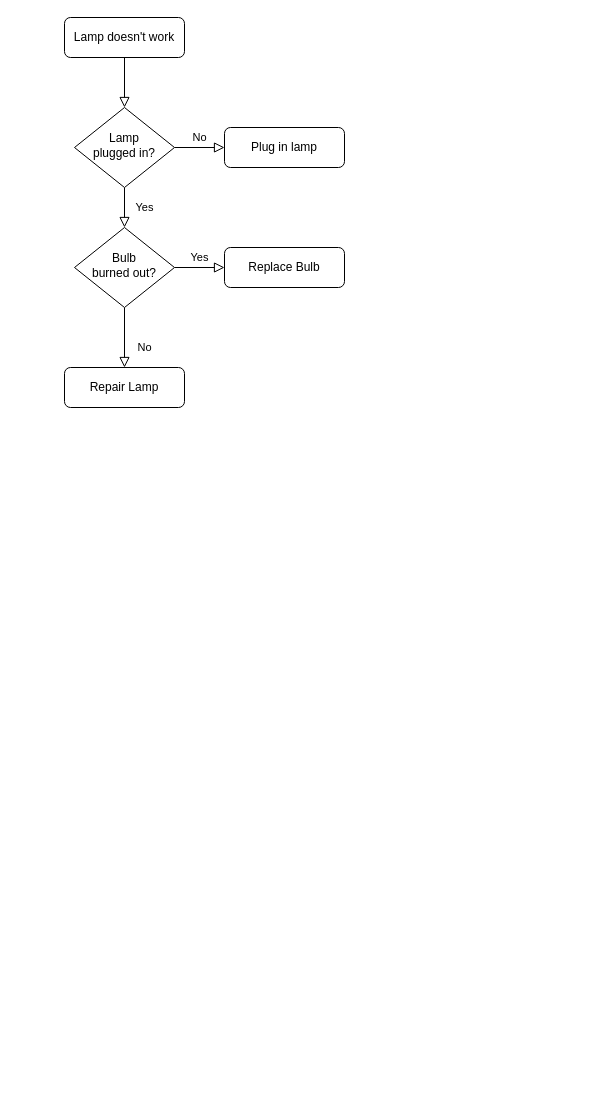
This is Untitled Diagram.drawio from AgusSetiawan22/algo_A_23241016, a draw.io file, before an edit. Source tidied: cells renumbered, new cells numbered last; positions are measured from the earlier drawing's top-left corner, leaving out a move shared by most shapes. Both pictures are drawn from the tidied source at 100%, with x=0, y=0 at pixel (64, 17).
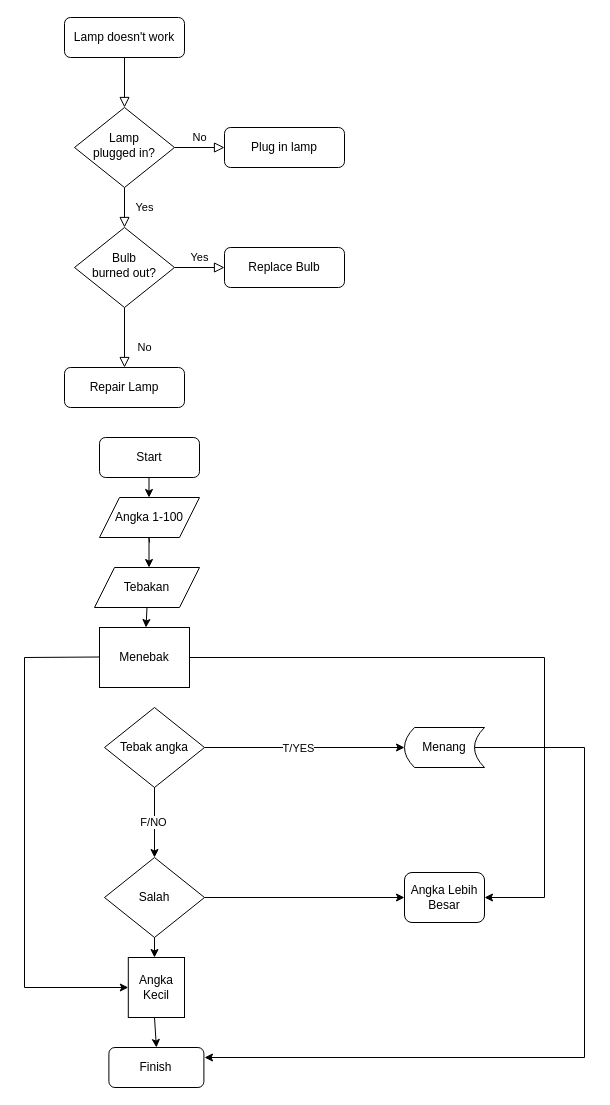
After the change.

Diff of the diagram source:
```diff
@@
+    <mxCell id="13" style="endArrow=classic;html=1;rounded=0;exitX=0.5;exitY=1;exitDx=0;exitDy=0;" parent="1" edge="1">
+      <mxGeometry relative="1" as="geometry">
+        <mxPoint x="84.5" y="460" as="sourcePoint" />
+        <mxPoint x="85" y="480" as="targetPoint" />
+        <Array as="points">
+          <mxPoint x="84.5" y="480" />
+        </Array>
+      </mxGeometry>
+    </mxCell>
+    <mxCell id="14" value="Angka 1-100" style="shape=parallelogram;perimeter=parallelogramPerimeter;whiteSpace=wrap;html=1;fixedSize=1;" parent="1" vertex="1">
+      <mxGeometry x="35" y="480" width="100" height="40" as="geometry" />
+    </mxCell>
+    <mxCell id="15" style="endArrow=classic;html=1;rounded=0;" parent="1" edge="1">
+      <mxGeometry relative="1" as="geometry">
+        <mxPoint x="85" y="525" as="sourcePoint" />
+        <mxPoint x="84.5" y="550" as="targetPoint" />
+        <Array as="points">
+          <mxPoint x="84.5" y="520" />
+        </Array>
+      </mxGeometry>
+    </mxCell>
+    <mxCell id="16" style="endArrow=classic;html=1;rounded=0;exitX=0.5;exitY=1;exitDx=0;exitDy=0;" parent="1" edge="1">
+      <mxGeometry relative="1" as="geometry">
+        <mxPoint x="90" y="760" as="sourcePoint" />
+        <mxPoint x="90" y="840" as="targetPoint" />
+      </mxGeometry>
+    </mxCell>
+    <mxCell id="17" value="F/NO" style="edgeLabel;html=1;align=center;verticalAlign=middle;" parent="16" vertex="1">
+      <mxGeometry x="0.09" y="-2" relative="1" as="geometry" />
+    </mxCell>
+    <mxCell id="18" value="Start" style="rounded=1;whiteSpace=wrap;html=1;" parent="1" vertex="1">
+      <mxGeometry x="35" y="420" width="100" height="40" as="geometry" />
+    </mxCell>
+    <mxCell id="19" value="Tebakan" style="shape=parallelogram;perimeter=parallelogramPerimeter;whiteSpace=wrap;html=1;fixedSize=1;" parent="1" vertex="1">
+      <mxGeometry x="30" y="550" width="105" height="40" as="geometry" />
+    </mxCell>
+    <mxCell id="20" value="Tebak angka" style="rhombus;whiteSpace=wrap;html=1;" parent="1" vertex="1">
+      <mxGeometry x="40" y="690" width="100" height="80" as="geometry" />
+    </mxCell>
+    <mxCell id="21" value="Menang" style="shape=dataStorage;whiteSpace=wrap;html=1;fixedSize=1;size=10;" parent="1" vertex="1">
+      <mxGeometry x="340" y="710" width="80" height="40" as="geometry" />
+    </mxCell>
+    <mxCell id="22" value="Salah" style="rhombus;whiteSpace=wrap;html=1;" parent="1" vertex="1">
+      <mxGeometry x="40" y="840" width="100" height="80" as="geometry" />
+    </mxCell>
+    <mxCell id="23" style="endArrow=classic;html=1;rounded=0;exitX=0.5;exitY=1;exitDx=0;exitDy=0;" parent="1" edge="1" source="19" target="24">
+      <mxGeometry relative="1" as="geometry" />
+    </mxCell>
+    <mxCell id="24" value="Menebak" style="rounded=0;whiteSpace=wrap;html=1;" parent="1" vertex="1">
+      <mxGeometry x="35" y="610" width="90" height="60" as="geometry" />
+    </mxCell>
+    <mxCell id="25" value="Angka Kecil" style="rounded=0;whiteSpace=wrap;html=1;" parent="1" vertex="1">
+      <mxGeometry x="63.8" y="940" width="56.2" height="60" as="geometry" />
+    </mxCell>
+    <mxCell id="26" style="endArrow=classic;html=1;rounded=0;" parent="1" edge="1">
+      <mxGeometry relative="1" as="geometry">
+        <mxPoint x="90" y="920" as="sourcePoint" />
+        <mxPoint x="90" y="940" as="targetPoint" />
+      </mxGeometry>
+    </mxCell>
+    <mxCell id="27" value="Finish" style="rounded=1;whiteSpace=wrap;html=1;" parent="1" vertex="1">
+      <mxGeometry x="44.4" y="1030" width="95" height="40" as="geometry" />
+    </mxCell>
+    <mxCell id="28" style="endArrow=classic;html=1;rounded=0;entryX=0.5;entryY=0;entryDx=0;entryDy=0;" parent="1" edge="1" target="27">
+      <mxGeometry relative="1" as="geometry">
+        <mxPoint x="90" y="1000" as="sourcePoint" />
+      </mxGeometry>
+    </mxCell>
+    <mxCell id="29" value="Angka Lebih Besar" style="rounded=1;whiteSpace=wrap;html=1;" parent="1" vertex="1">
+      <mxGeometry x="340" y="855" width="80" height="50" as="geometry" />
+    </mxCell>
+    <mxCell id="30" style="endArrow=classic;html=1;rounded=0;entryX=0;entryY=0.5;entryDx=0;entryDy=0;" parent="1" edge="1" target="29">
+      <mxGeometry relative="1" as="geometry">
+        <mxPoint x="140" y="880" as="sourcePoint" />
+      </mxGeometry>
+    </mxCell>
+    <mxCell id="31" style="endArrow=classic;html=1;rounded=0;entryX=0;entryY=0.5;entryDx=0;entryDy=0;" parent="1" edge="1" target="21">
+      <mxGeometry relative="1" as="geometry">
+        <mxPoint x="140" y="730" as="sourcePoint" />
+      </mxGeometry>
+    </mxCell>
+    <mxCell id="32" value="T/YES" style="edgeLabel;html=1;align=center;verticalAlign=middle;" parent="31" vertex="1">
+      <mxGeometry x="-0.07" relative="1" as="geometry" />
+    </mxCell>
+    <mxCell id="33" style="endArrow=none;html=1;rounded=0;" parent="1" edge="1">
+      <mxGeometry relative="1" as="geometry">
+        <mxPoint x="410" y="730" as="sourcePoint" />
+        <mxPoint x="520" y="730" as="targetPoint" />
+      </mxGeometry>
+    </mxCell>
+    <mxCell id="34" style="endArrow=none;html=1;rounded=0;" parent="1" edge="1">
+      <mxGeometry relative="1" as="geometry">
+        <mxPoint x="520" y="1040" as="sourcePoint" />
+        <mxPoint x="520" y="730" as="targetPoint" />
+      </mxGeometry>
+    </mxCell>
+    <mxCell id="35" style="endArrow=classic;html=1;rounded=0;" parent="1" edge="1">
+      <mxGeometry relative="1" as="geometry">
+        <mxPoint x="520" y="1040" as="sourcePoint" />
+        <mxPoint x="140" y="1040" as="targetPoint" />
+      </mxGeometry>
+    </mxCell>
+    <mxCell id="36" style="endArrow=none;html=1;rounded=0;" parent="1" edge="1">
+      <mxGeometry relative="1" as="geometry">
+        <mxPoint x="125" y="640" as="sourcePoint" />
+        <mxPoint x="480" y="640" as="targetPoint" />
+      </mxGeometry>
+    </mxCell>
+    <mxCell id="37" style="endArrow=none;html=1;rounded=0;" parent="1" edge="1">
+      <mxGeometry relative="1" as="geometry">
+        <mxPoint x="480" y="640" as="sourcePoint" />
+        <mxPoint x="480" y="880" as="targetPoint" />
+      </mxGeometry>
+    </mxCell>
+    <mxCell id="38" style="endArrow=classic;html=1;rounded=0;entryX=1;entryY=0.5;entryDx=0;entryDy=0;" parent="1" edge="1" target="29">
+      <mxGeometry relative="1" as="geometry">
+        <mxPoint x="480" y="880" as="sourcePoint" />
+      </mxGeometry>
+    </mxCell>
+    <mxCell id="39" style="endArrow=none;html=1;rounded=0;" parent="1" edge="1">
+      <mxGeometry relative="1" as="geometry">
+        <mxPoint x="35" y="639.5" as="sourcePoint" />
+        <mxPoint x="-40" y="640" as="targetPoint" />
+      </mxGeometry>
+    </mxCell>
+    <mxCell id="40" style="endArrow=none;html=1;rounded=0;" parent="1" edge="1">
+      <mxGeometry relative="1" as="geometry">
+        <mxPoint x="-40" y="970" as="sourcePoint" />
+        <mxPoint x="-40" y="640" as="targetPoint" />
+      </mxGeometry>
+    </mxCell>
+    <mxCell id="41" style="endArrow=classic;html=1;rounded=0;entryX=0;entryY=0.5;entryDx=0;entryDy=0;" parent="1" edge="1" target="25">
+      <mxGeometry relative="1" as="geometry">
+        <mxPoint x="-40" y="970" as="sourcePoint" />
+      </mxGeometry>
+    </mxCell>
```
